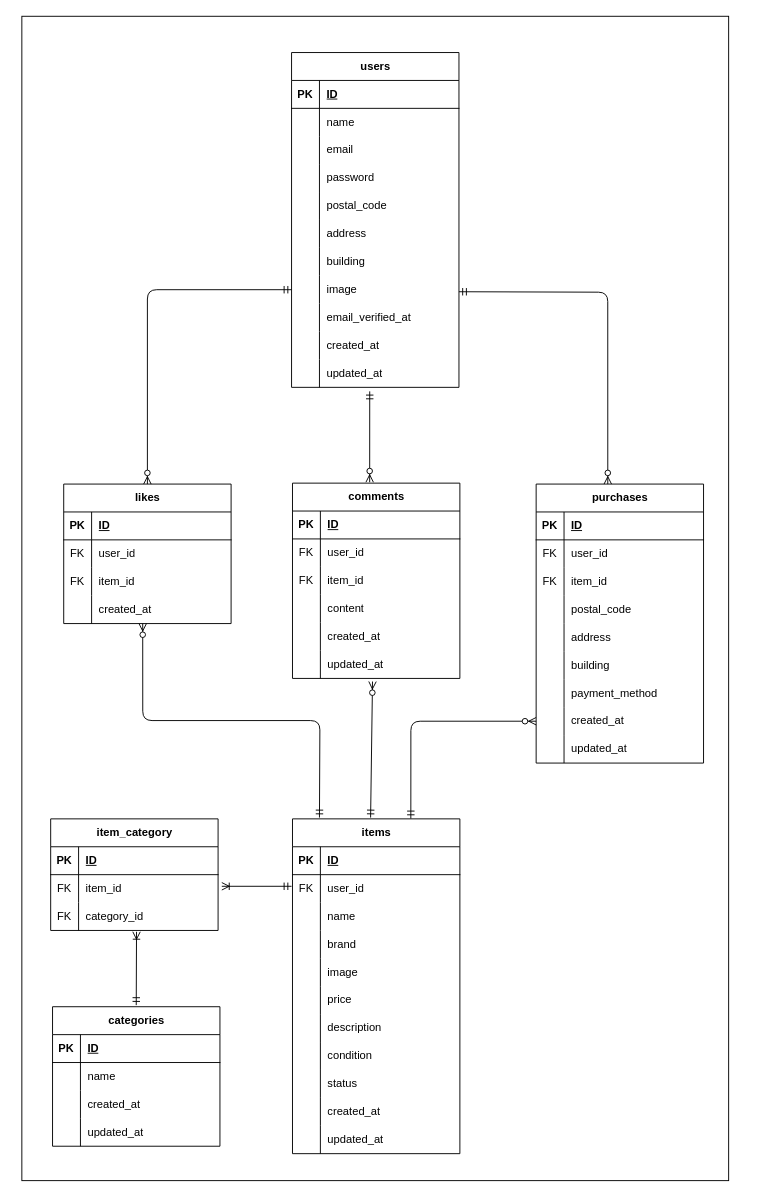
ami-takaoka/flea-market-app keeps this draw.io diagram as src/app/docs/er.drawio. Above is the earlier version. Source tidied: cells renumbered, new cells numbered last; positions are measured from the earlier drawing's top-left corner, leaving out a move shared by most shapes. Both pictures are drawn from the tidied source at 93%, with x=0, y=0 at pixel (21, 16).
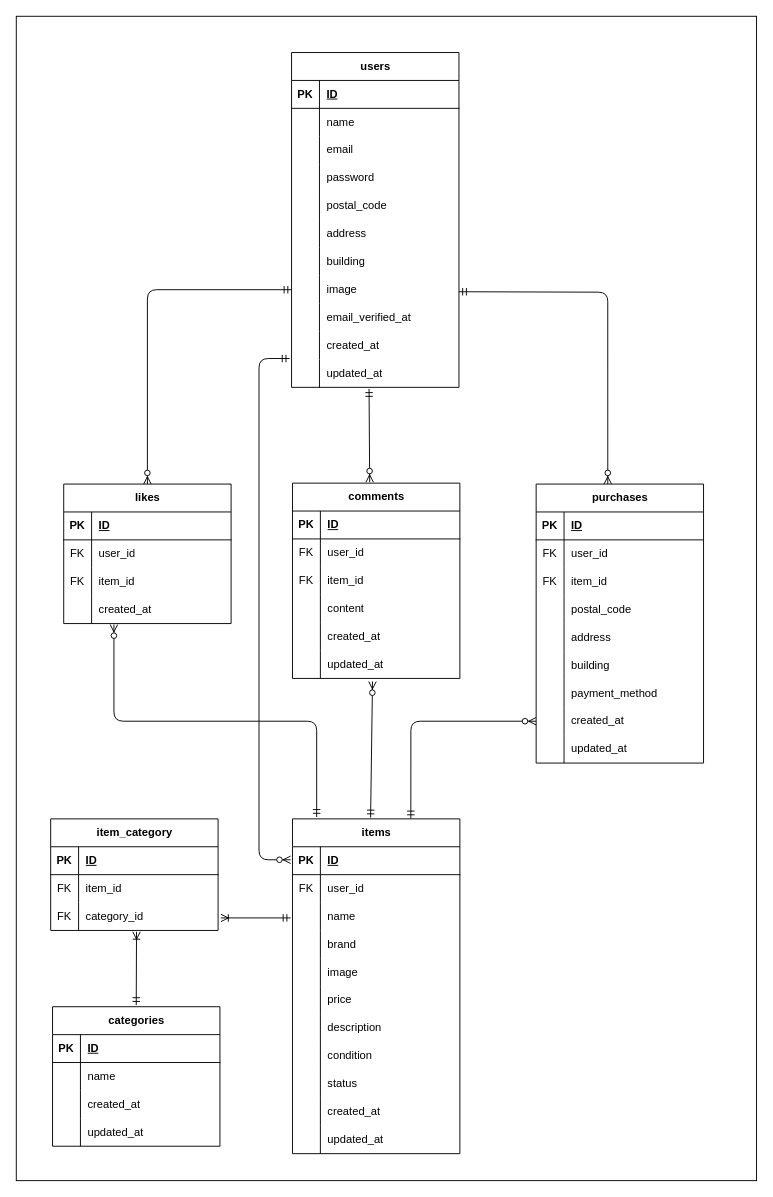
The same page after the edit.

Unchanged cells that the change refers to:
```xml
<mxCell id="3" style="group;" parent="1" vertex="1">
  <mxGeometry x="31" y="39" width="702" height="1182" as="geometry" />
</mxCell>
<mxCell id="95" style="shape=tableRow;horizontal=0;startSize=0;swimlaneHead=0;swimlaneBody=0;fillColor=none;points=[[0,0.5],[1,0.5]];portConstraint=eastwest;top=0;left=0;right=0;bottom=0;" parent="85" vertex="1">
  <mxGeometry y="120" width="180" height="30" as="geometry" />
</mxCell>
<mxCell id="158" style="shape=tableRow;horizontal=0;startSize=0;swimlaneHead=0;swimlaneBody=0;fillColor=none;points=[[0,0.5],[1,0.5]];portConstraint=eastwest;top=0;left=0;right=0;bottom=0;" parent="127" vertex="1">
  <mxGeometry y="330" width="180" height="30" as="geometry" />
</mxCell>
```

The edit, as a diff of the source:
```diff
@@
     <mxCell id="2" style="whiteSpace=wrap;html=1;fontColor=light-dark(#000000,#030303);fillColor=default;" parent="1" vertex="1">
-      <mxGeometry width="760" height="1252" as="geometry" />
+      <mxGeometry x="-6" width="796" height="1252" as="geometry" />
     </mxCell>
@@
-    <mxCell id="122" style="edgeStyle=orthogonalEdgeStyle;fontSize=12;html=1;endArrow=ERzeroToMany;startArrow=ERmandOne;entryX=0.472;entryY=1;entryDx=0;entryDy=0;entryPerimeter=0;" parent="3" edge="1" target="95">
-      <mxGeometry relative="1" as="geometry">
-        <mxPoint x="289" y="822.6" as="sourcePoint" />
-      </mxGeometry>
-    </mxCell>
@@
     <mxCell id="125" style="fontSize=12;html=1;endArrow=ERoneToMany;startArrow=ERmandOne;entryX=1.022;entryY=0.767;entryDx=0;entryDy=0;entryPerimeter=0;" parent="3" edge="1">
       <mxGeometry relative="1" as="geometry">
-        <mxPoint x="259" y="896.5" as="sourcePoint" />
-        <mxPoint x="184" y="896.5" as="targetPoint" />
+        <mxPoint x="258" y="930.5" as="sourcePoint" />
+        <mxPoint x="183" y="930.5" as="targetPoint" />
       </mxGeometry>
     </mxCell>
@@
-    <mxCell id="162" style="fontSize=12;html=1;endArrow=ERzeroToMany;startArrow=ERmandOne;exitX=0.467;exitY=1.144;exitDx=0;exitDy=0;exitPerimeter=0;" parent="1" edge="1" source="158">
+    <mxCell id="162" style="fontSize=12;html=1;endArrow=ERzeroToMany;startArrow=ERmandOne;exitX=0.463;exitY=1.056;exitDx=0;exitDy=0;exitPerimeter=0;" parent="1" edge="1" source="158">
       <mxGeometry relative="1" as="geometry">
         <mxPoint x="374" y="501" as="targetPoint" />
       </mxGeometry>
     </mxCell>
+    <mxCell id="163" style="fontSize=12;html=1;endArrow=ERzeroToMany;startArrow=ERmandOne;exitX=0;exitY=0.5;exitDx=0;exitDy=0;entryX=0;entryY=0.5;entryDx=0;entryDy=0;edgeStyle=orthogonalEdgeStyle;" parent="1" edge="1">
+      <mxGeometry relative="1" as="geometry">
+        <mxPoint x="288" y="368" as="sourcePoint" />
+        <mxPoint x="289" y="907" as="targetPoint" />
+        <Array as="points">
+          <mxPoint x="255" y="368" />
+          <mxPoint x="255" y="907" />
+        </Array>
+      </mxGeometry>
+    </mxCell>
+    <mxCell id="164" style="edgeStyle=elbowEdgeStyle;fontSize=12;html=1;endArrow=ERzeroToMany;startArrow=ERmandOne;entryX=0.243;entryY=1.122;entryDx=0;entryDy=0;entryPerimeter=0;elbow=vertical;" parent="1" edge="1">
+      <mxGeometry relative="1" as="geometry">
+        <mxPoint x="317" y="861" as="sourcePoint" />
+        <mxPoint x="99" y="654" as="targetPoint" />
+      </mxGeometry>
+    </mxCell>
```
